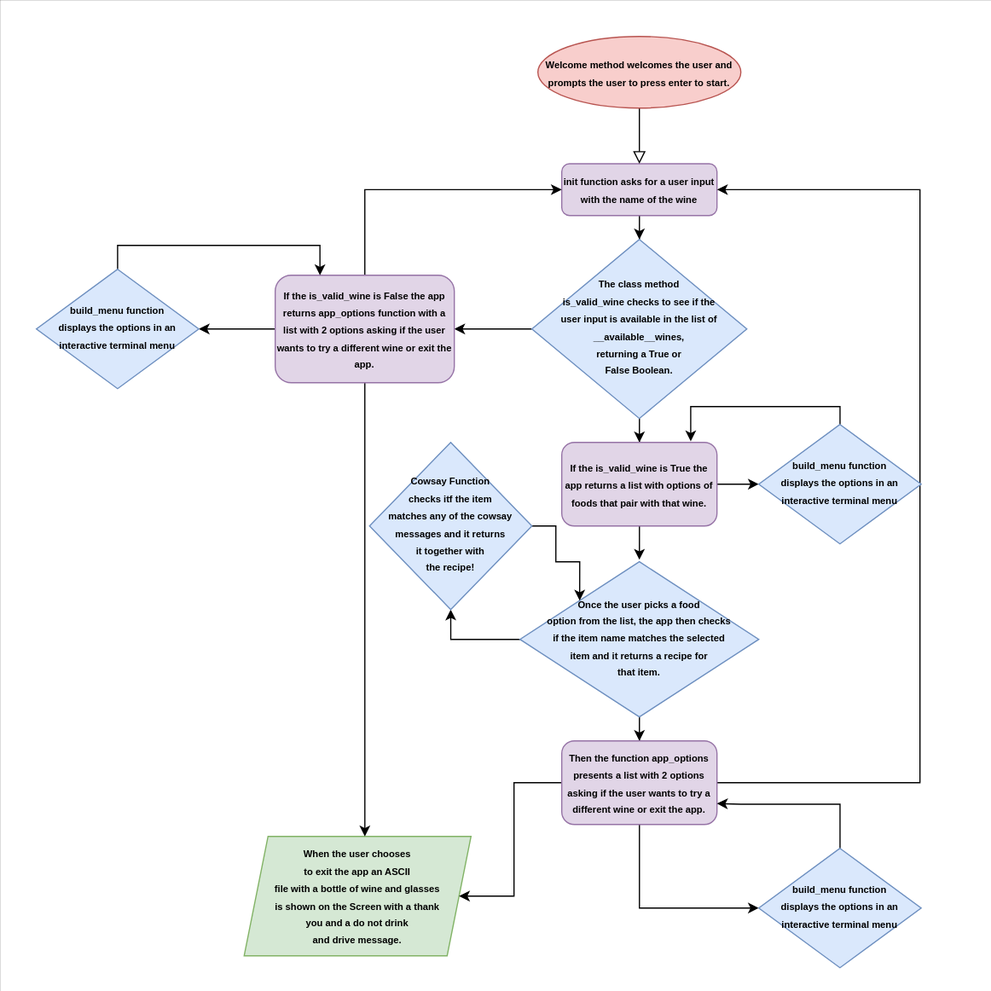
This is images/T1A3_flowchart.svg from Guscosta88/GusCosta_T1A3, a draw.io export, as it was before one commit. Source tidied: cells renumbered, new cells last; positions are measured from the earlier drawing's top-left corner, leaving out a move shared by most shapes.
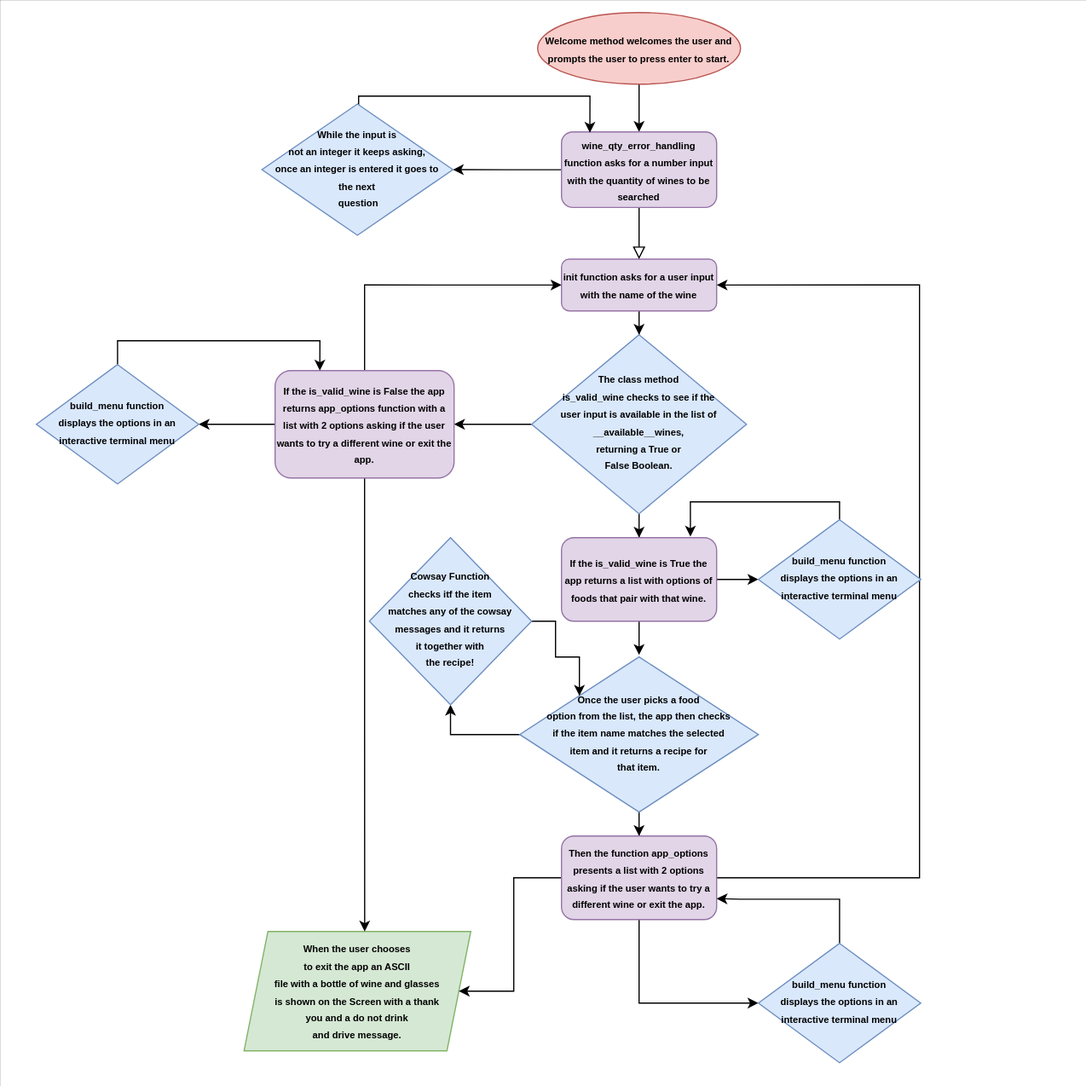
Later version of the same file.

Diff of the diagram source:
```diff
@@ -3,7 +3,7 @@
     <mxCell id="0" />
     <mxCell id="1" parent="0" />
     <mxCell id="2" style="whiteSpace=wrap;html=1;strokeWidth=0;fontSize=8;" parent="1" vertex="1">
-      <mxGeometry width="830" height="830" as="geometry" />
+      <mxGeometry y="-80" width="910" height="910" as="geometry" />
     </mxCell>
     <mxCell id="3" style="edgeStyle=orthogonalEdgeStyle;rounded=0;jettySize=auto;html=1;entryX=0.5;entryY=0;entryDx=0;entryDy=0;fontSize=8;" parent="1" edge="1" source="4" target="8">
       <mxGeometry relative="1" as="geometry" />
@@ -25,9 +25,6 @@
     <mxCell id="8" value="&lt;span style=&quot;font-size: 8px;&quot;&gt;&lt;b&gt;The class method &lt;br&gt;is_valid_wine checks to see if the &lt;br&gt;user input is available in the list of __available__wines, &lt;br&gt;returning a True or &lt;br&gt;False Boolean.&lt;/b&gt;&lt;/span&gt;" style="rhombus;whiteSpace=wrap;html=1;shadow=0;fontFamily=Helvetica;fontSize=12;align=center;strokeWidth=1;spacing=6;spacingTop=-4;fillColor=#dae8fc;strokeColor=#6c8ebf;" parent="1" vertex="1">
       <mxGeometry x="445" y="200" width="180" height="150" as="geometry" />
     </mxCell>
-    <mxCell id="9" value="&lt;font style=&quot;font-size: 8px;&quot;&gt;&lt;b&gt;Welcome method welcomes the user and prompts the user to press enter to start.&lt;/b&gt;&lt;/font&gt;" style="ellipse;whiteSpace=wrap;html=1;fillColor=#f8cecc;strokeColor=#b85450;" parent="1" vertex="1">
-      <mxGeometry x="450" y="30" width="170" height="60" as="geometry" />
-    </mxCell>
     <mxCell id="10" value="&lt;span style=&quot;font-size: 8px;&quot;&gt;&lt;b&gt;When the user chooses &lt;br&gt;to exit the app an ASCII &lt;br&gt;file with a bottle of wine and glasses &lt;br&gt;is shown on the Screen with a thank &lt;br&gt;you and a do not drink &lt;br&gt;and drive message.&lt;/b&gt;&lt;/span&gt;" style="shape=parallelogram;perimeter=parallelogramPerimeter;whiteSpace=wrap;html=1;fixedSize=1;fillColor=#d5e8d4;strokeColor=#82b366;" parent="1" vertex="1">
       <mxGeometry x="204" y="700" width="190" height="100" as="geometry" />
     </mxCell>
@@ -140,5 +137,28 @@
     <mxCell id="32" value="&lt;span style=&quot;font-size: 8px;&quot;&gt;&lt;b&gt;build_menu function &lt;br&gt;displays the options in an interactive terminal menu&lt;/b&gt;&lt;/span&gt;" style="rhombus;whiteSpace=wrap;html=1;shadow=0;fontFamily=Helvetica;fontSize=12;align=center;strokeWidth=1;spacing=6;spacingTop=-4;fillColor=#dae8fc;strokeColor=#6c8ebf;" parent="1" vertex="1">
       <mxGeometry x="635" y="710" width="136" height="100" as="geometry" />
     </mxCell>
+    <mxCell id="33" style="edgeStyle=orthogonalEdgeStyle;rounded=0;jettySize=auto;html=1;" parent="1" edge="1" source="9" target="35">
+      <mxGeometry relative="1" as="geometry" />
+    </mxCell>
+    <mxCell id="9" value="&lt;font style=&quot;font-size: 8px;&quot;&gt;&lt;b&gt;Welcome method welcomes the user and prompts the user to press enter to start.&lt;/b&gt;&lt;/font&gt;" style="ellipse;whiteSpace=wrap;html=1;fillColor=#f8cecc;strokeColor=#b85450;" parent="1" vertex="1">
+      <mxGeometry x="450" y="-70" width="170" height="60" as="geometry" />
+    </mxCell>
+    <mxCell id="34" style="edgeStyle=orthogonalEdgeStyle;rounded=0;jettySize=auto;html=1;entryX=1;entryY=0.5;entryDx=0;entryDy=0;" parent="1" edge="1" source="35" target="37">
+      <mxGeometry relative="1" as="geometry" />
+    </mxCell>
+    <mxCell id="35" value="&lt;span style=&quot;font-size: 8px;&quot;&gt;&lt;b&gt;wine_qty_error_handling function asks for a number input with the quantity of wines to be searched&lt;/b&gt;&lt;/span&gt;" style="rounded=1;whiteSpace=wrap;html=1;fontSize=12;glass=0;strokeWidth=1;shadow=0;fillColor=#e1d5e7;strokeColor=#9673a6;" parent="1" vertex="1">
+      <mxGeometry x="470" y="30" width="130" height="63.3" as="geometry" />
+    </mxCell>
+    <mxCell id="36" style="edgeStyle=orthogonalEdgeStyle;rounded=0;jettySize=auto;html=1;entryX=0.183;entryY=0.011;entryDx=0;entryDy=0;entryPerimeter=0;" parent="1" edge="1" source="37" target="35">
+      <mxGeometry relative="1" as="geometry">
+        <Array as="points">
+          <mxPoint x="300" />
+          <mxPoint x="494" />
+        </Array>
+      </mxGeometry>
+    </mxCell>
+    <mxCell id="37" value="&lt;span style=&quot;font-size: 8px;&quot;&gt;&lt;b&gt;While the input is &lt;br&gt;not an integer it keeps asking, &lt;br&gt;once an integer is entered it goes to the next&lt;br&gt;&amp;nbsp;question&lt;/b&gt;&lt;/span&gt;" style="rhombus;whiteSpace=wrap;html=1;shadow=0;fontFamily=Helvetica;fontSize=12;align=center;strokeWidth=1;spacing=6;spacingTop=-4;fillColor=#dae8fc;strokeColor=#6c8ebf;" parent="1" vertex="1">
+      <mxGeometry x="219" y="6.7" width="160" height="110" as="geometry" />
+    </mxCell>
   </root>
 </mxGraphModel>
```
